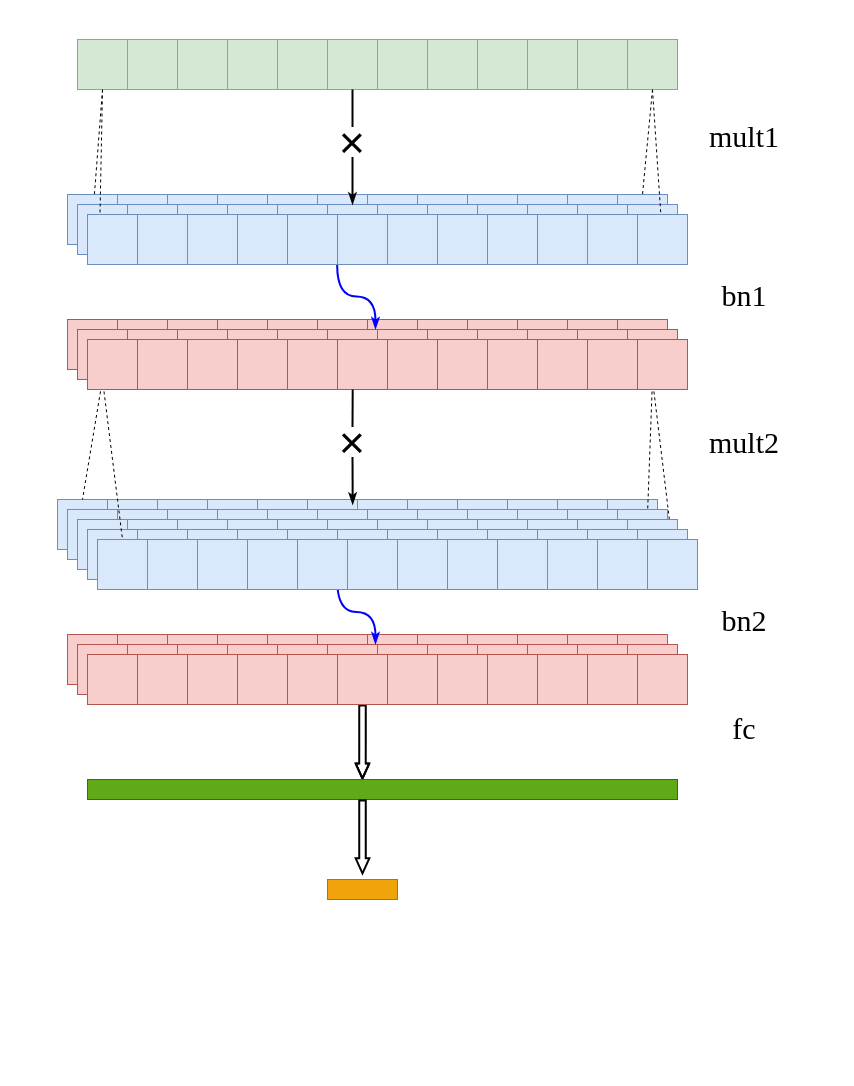
The draw.io diagram Untitled Diagram.drawio in 1009351456/Anonymous, before the edit. Source tidied: cells renumbered, new cells numbered last; positions are measured from the earlier drawing's top-left corner, leaving out a move shared by most shapes. Both pictures are drawn from the tidied source at 100%, with x=0, y=0 at pixel (37, 22).
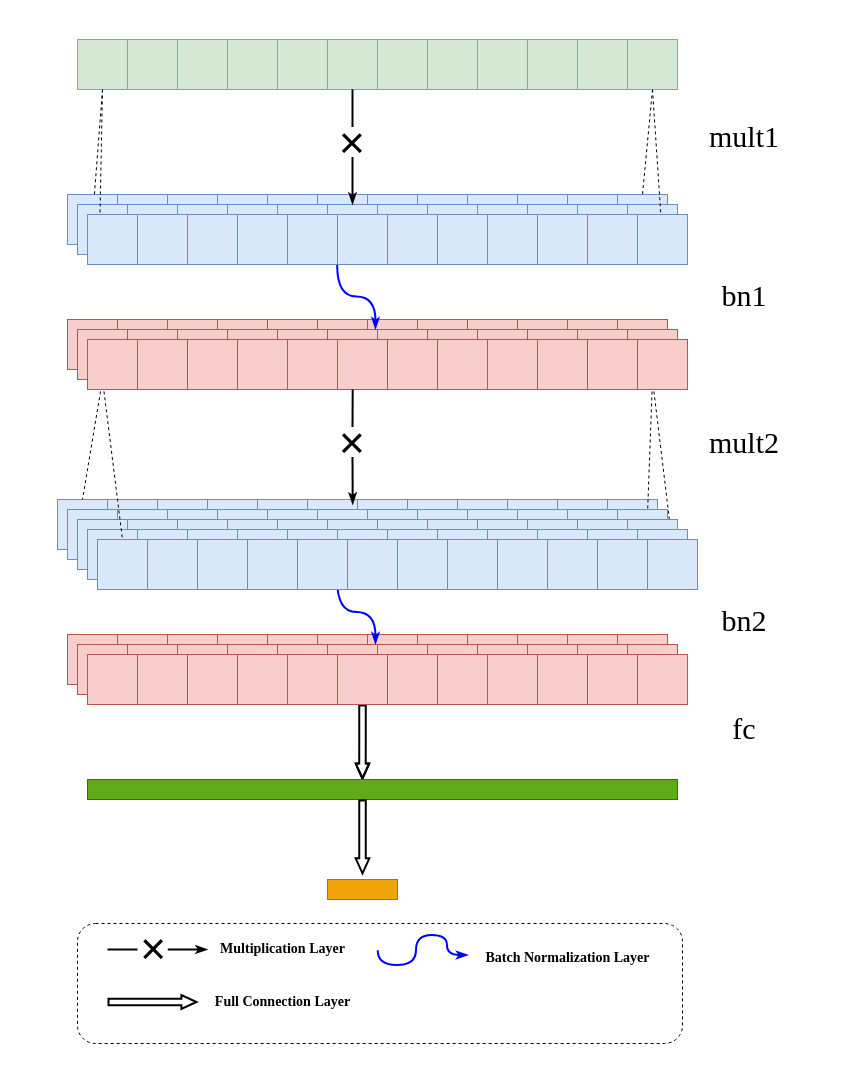
Above is the later version.

Change to the diagram source:
```diff
@@
     <mxCell id="2" style="rounded=0;whiteSpace=wrap;html=1;fontFamily=Times New Roman;fontSize=30;align=center;strokeColor=none;" parent="1" vertex="1">
-      <mxGeometry width="800" height="897" as="geometry" />
+      <mxGeometry x="-20" y="-5" width="800" height="1052" as="geometry" />
     </mxCell>
+    <mxCell id="208" style="rounded=1;whiteSpace=wrap;html=1;dashed=1;" parent="1" vertex="1">
+      <mxGeometry x="40" y="901" width="605" height="120" as="geometry" />
+    </mxCell>
@@
+    <mxCell id="209" style="edgeStyle=none;rounded=0;jettySize=auto;html=1;exitX=0.5;exitY=1;exitDx=0;exitDy=0;fontSize=45;endArrow=classicThin;endFill=1;strokeWidth=2;" parent="1" edge="1" source="210">
+      <mxGeometry relative="1" as="geometry">
+        <mxPoint x="170" y="927" as="targetPoint" />
+      </mxGeometry>
+    </mxCell>
+    <mxCell id="210" value="×" style="rounded=0;whiteSpace=wrap;html=1;textDirection=ltr;labelPosition=center;verticalLabelPosition=middle;align=center;verticalAlign=middle;fontSize=45;strokeColor=none;rotation=-90;" parent="1" vertex="1">
+      <mxGeometry x="100" y="912" width="30" height="30" as="geometry" />
+    </mxCell>
+    <mxCell id="211" style="endArrow=none;html=1;fontSize=45;exitX=0.5;exitY=0;exitDx=0;exitDy=0;strokeWidth=2;" parent="1" edge="1" source="210">
+      <mxGeometry relative="1" as="geometry">
+        <mxPoint x="70" y="927" as="targetPoint" />
+      </mxGeometry>
+    </mxCell>
+    <mxCell id="212" value="Multiplication Layer" style="text;html=1;strokeColor=none;fillColor=none;align=center;verticalAlign=middle;whiteSpace=wrap;rounded=0;dashed=1;fontColor=#000000;fontStyle=1;fontFamily=Times New Roman;fontSize=14;" parent="1" vertex="1">
+      <mxGeometry x="177.5" y="912" width="135" height="30" as="geometry" />
+    </mxCell>
+    <mxCell id="213" value="Batch Normalization Layer" style="text;html=1;strokeColor=none;fillColor=none;align=center;verticalAlign=middle;whiteSpace=wrap;rounded=0;dashed=1;fontColor=#000000;fontStyle=1;fontFamily=Times New Roman;fontSize=14;" parent="1" vertex="1">
+      <mxGeometry x="438.5" y="921" width="183" height="30" as="geometry" />
+    </mxCell>
+    <mxCell id="214" style="edgeStyle=orthogonalEdgeStyle;curved=1;rounded=0;orthogonalLoop=1;jettySize=auto;html=1;exitX=-0.007;exitY=1.01;exitDx=0;exitDy=0;endArrow=classicThin;endFill=1;strokeColor=#0000FF;strokeWidth=2;fontSize=45;exitPerimeter=0;" parent="1" edge="1">
+      <mxGeometry relative="1" as="geometry">
+        <mxPoint x="340.2" y="927.7" as="sourcePoint" />
+        <mxPoint x="430.5" y="932.5" as="targetPoint" />
+        <Array as="points">
+          <mxPoint x="340.5" y="942.5" />
+          <mxPoint x="378.5" y="942.5" />
+          <mxPoint x="378.5" y="912.5" />
+          <mxPoint x="409.5" y="912.5" />
+        </Array>
+      </mxGeometry>
+    </mxCell>
+    <mxCell id="215" style="edgeStyle=orthogonalEdgeStyle;shape=flexArrow;curved=1;rounded=0;orthogonalLoop=1;jettySize=auto;html=1;labelBackgroundColor=none;endArrow=classicThin;endFill=1;strokeColor=#000000;strokeWidth=2;fontFamily=Times New Roman;fontSize=30;width=5.517241379310345;endSize=4.365517241379311;endWidth=5.1605231866825205;" parent="1" edge="1">
+      <mxGeometry relative="1" as="geometry">
+        <mxPoint x="70" y="979.5" as="sourcePoint" />
+        <mxPoint x="160" y="979.5" as="targetPoint" />
+      </mxGeometry>
+    </mxCell>
+    <mxCell id="216" value="Full Connection Layer" style="text;html=1;strokeColor=none;fillColor=none;align=center;verticalAlign=middle;whiteSpace=wrap;rounded=0;dashed=1;fontColor=#000000;fontStyle=1;fontFamily=Times New Roman;fontSize=14;" parent="1" vertex="1">
+      <mxGeometry x="162.5" y="965" width="165" height="30" as="geometry" />
+    </mxCell>
```
